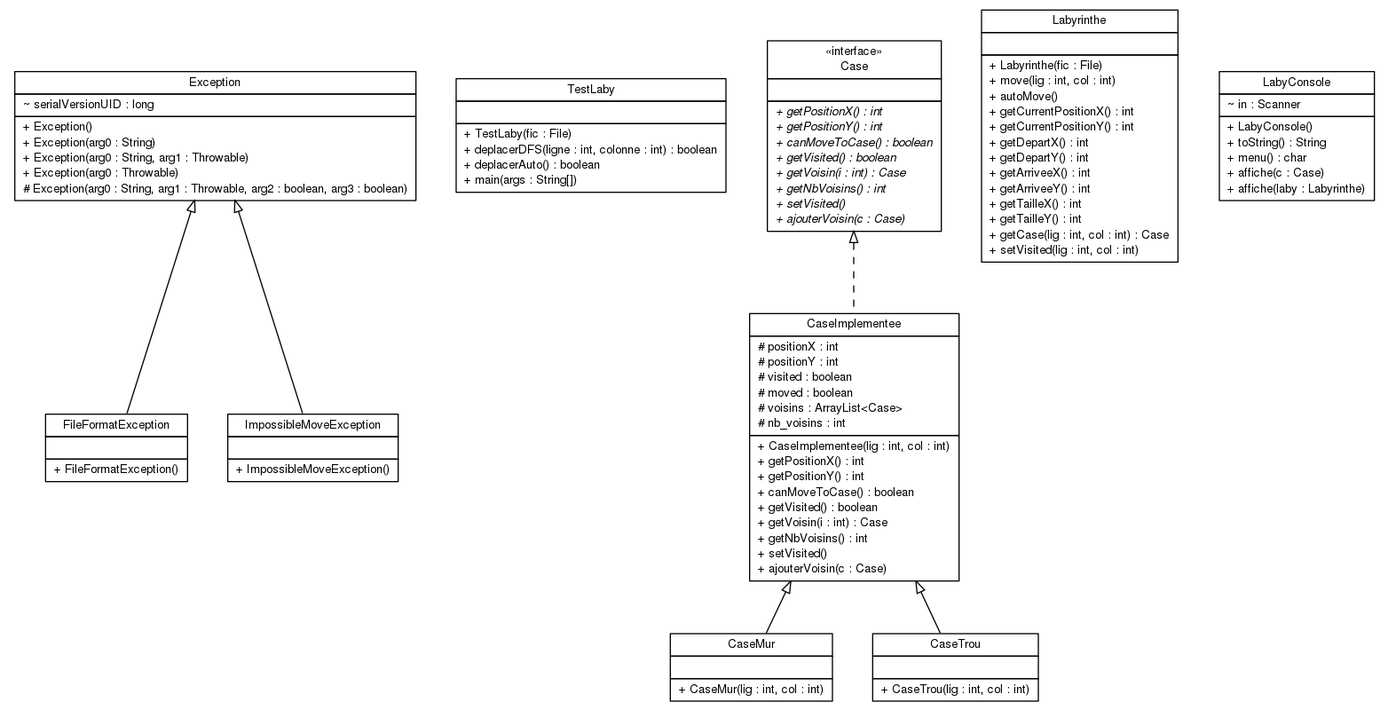
The Graphviz diagram Java/NetBeansProjects/TP3/graph.png in BRICOMATA9/Teaching_, before a commit. Its source is kept beside it as Java/NetBeansProjects/TP3/graph.dot. The source it was exported from:
```dot

digraph G {
	edge [fontname="Helvetica",fontsize=10,labelfontname="Helvetica",labelfontsize=10];
	node [fontname="Helvetica",fontsize=10,shape=plaintext];
	nodesep=0.25;
	ranksep=0.5;
	c0 [label=<<table title="controleur.FileFormatException" border="0" cellborder="1" cellspacing="0" cellpadding="2" port="p">
		<tr><td><table border="0" cellspacing="0" cellpadding="1">
<tr><td align="center" balign="center"> FileFormatException </td></tr>
		</table></td></tr>
		<tr><td><table border="0" cellspacing="0" cellpadding="1">
<tr><td align="left" balign="left">  </td></tr>
		</table></td></tr>
		<tr><td><table border="0" cellspacing="0" cellpadding="1">
<tr><td align="left" balign="left"> + FileFormatException() </td></tr>
		</table></td></tr>
		</table>>, URL="null", fontname="Helvetica", fontcolor="black", fontsize=10.0];
	c1 [label=<<table title="controleur.ImpossibleMoveException" border="0" cellborder="1" cellspacing="0" cellpadding="2" port="p">
		<tr><td><table border="0" cellspacing="0" cellpadding="1">
<tr><td align="center" balign="center"> ImpossibleMoveException </td></tr>
		</table></td></tr>
		<tr><td><table border="0" cellspacing="0" cellpadding="1">
<tr><td align="left" balign="left">  </td></tr>
		</table></td></tr>
		<tr><td><table border="0" cellspacing="0" cellpadding="1">
<tr><td align="left" balign="left"> + ImpossibleMoveException() </td></tr>
		</table></td></tr>
		</table>>, URL="null", fontname="Helvetica", fontcolor="black", fontsize=10.0];
	c2 [label=<<table title="controleur.TestLaby" border="0" cellborder="1" cellspacing="0" cellpadding="2" port="p">
		<tr><td><table border="0" cellspacing="0" cellpadding="1">
<tr><td align="center" balign="center"> TestLaby </td></tr>
		</table></td></tr>
		<tr><td><table border="0" cellspacing="0" cellpadding="1">
<tr><td align="left" balign="left">  </td></tr>
		</table></td></tr>
		<tr><td><table border="0" cellspacing="0" cellpadding="1">
<tr><td align="left" balign="left"> + TestLaby(fic : File) </td></tr>
<tr><td align="left" balign="left"> + deplacerDFS(ligne : int, colonne : int) : boolean </td></tr>
<tr><td align="left" balign="left"> + deplacerAuto() : boolean </td></tr>
<tr><td align="left" balign="left"> + main(args : String[]) </td></tr>
		</table></td></tr>
		</table>>, URL="null", fontname="Helvetica", fontcolor="black", fontsize=10.0];
	c3 [label=<<table title="modele.Case" border="0" cellborder="1" cellspacing="0" cellpadding="2" port="p">
		<tr><td><table border="0" cellspacing="0" cellpadding="1">
<tr><td align="center" balign="center"> &#171;interface&#187; </td></tr>
<tr><td align="center" balign="center"> Case </td></tr>
		</table></td></tr>
		<tr><td><table border="0" cellspacing="0" cellpadding="1">
<tr><td align="left" balign="left">  </td></tr>
		</table></td></tr>
		<tr><td><table border="0" cellspacing="0" cellpadding="1">
<tr><td align="left" balign="left"><font face="Helvetica-Oblique" point-size="10.0"> + getPositionX() : int </font></td></tr>
<tr><td align="left" balign="left"><font face="Helvetica-Oblique" point-size="10.0"> + getPositionY() : int </font></td></tr>
<tr><td align="left" balign="left"><font face="Helvetica-Oblique" point-size="10.0"> + canMoveToCase() : boolean </font></td></tr>
<tr><td align="left" balign="left"><font face="Helvetica-Oblique" point-size="10.0"> + getVisited() : boolean </font></td></tr>
<tr><td align="left" balign="left"><font face="Helvetica-Oblique" point-size="10.0"> + getVoisin(i : int) : Case </font></td></tr>
<tr><td align="left" balign="left"><font face="Helvetica-Oblique" point-size="10.0"> + getNbVoisins() : int </font></td></tr>
<tr><td align="left" balign="left"><font face="Helvetica-Oblique" point-size="10.0"> + setVisited() </font></td></tr>
<tr><td align="left" balign="left"><font face="Helvetica-Oblique" point-size="10.0"> + ajouterVoisin(c : Case) </font></td></tr>
		</table></td></tr>
		</table>>, URL="null", fontname="Helvetica", fontcolor="black", fontsize=10.0];
	c4 [label=<<table title="modele.CaseImplementee" border="0" cellborder="1" cellspacing="0" cellpadding="2" port="p">
		<tr><td><table border="0" cellspacing="0" cellpadding="1">
<tr><td align="center" balign="center"> CaseImplementee </td></tr>
		</table></td></tr>
		<tr><td><table border="0" cellspacing="0" cellpadding="1">
<tr><td align="left" balign="left"> # positionX : int </td></tr>
<tr><td align="left" balign="left"> # positionY : int </td></tr>
<tr><td align="left" balign="left"> # visited : boolean </td></tr>
<tr><td align="left" balign="left"> # moved : boolean </td></tr>
<tr><td align="left" balign="left"> # voisins : ArrayList&lt;Case&gt; </td></tr>
<tr><td align="left" balign="left"> # nb_voisins : int </td></tr>
		</table></td></tr>
		<tr><td><table border="0" cellspacing="0" cellpadding="1">
<tr><td align="left" balign="left"> + CaseImplementee(lig : int, col : int) </td></tr>
<tr><td align="left" balign="left"> + getPositionX() : int </td></tr>
<tr><td align="left" balign="left"> + getPositionY() : int </td></tr>
<tr><td align="left" balign="left"> + canMoveToCase() : boolean </td></tr>
<tr><td align="left" balign="left"> + getVisited() : boolean </td></tr>
<tr><td align="left" balign="left"> + getVoisin(i : int) : Case </td></tr>
<tr><td align="left" balign="left"> + getNbVoisins() : int </td></tr>
<tr><td align="left" balign="left"> + setVisited() </td></tr>
<tr><td align="left" balign="left"> + ajouterVoisin(c : Case) </td></tr>
		</table></td></tr>
		</table>>, URL="null", fontname="Helvetica", fontcolor="black", fontsize=10.0];
	c5 [label=<<table title="modele.CaseMur" border="0" cellborder="1" cellspacing="0" cellpadding="2" port="p">
		<tr><td><table border="0" cellspacing="0" cellpadding="1">
<tr><td align="center" balign="center"> CaseMur </td></tr>
		</table></td></tr>
		<tr><td><table border="0" cellspacing="0" cellpadding="1">
<tr><td align="left" balign="left">  </td></tr>
		</table></td></tr>
		<tr><td><table border="0" cellspacing="0" cellpadding="1">
<tr><td align="left" balign="left"> + CaseMur(lig : int, col : int) </td></tr>
		</table></td></tr>
		</table>>, URL="null", fontname="Helvetica", fontcolor="black", fontsize=10.0];
	c6 [label=<<table title="modele.CaseTrou" border="0" cellborder="1" cellspacing="0" cellpadding="2" port="p">
		<tr><td><table border="0" cellspacing="0" cellpadding="1">
<tr><td align="center" balign="center"> CaseTrou </td></tr>
		</table></td></tr>
		<tr><td><table border="0" cellspacing="0" cellpadding="1">
<tr><td align="left" balign="left">  </td></tr>
		</table></td></tr>
		<tr><td><table border="0" cellspacing="0" cellpadding="1">
<tr><td align="left" balign="left"> + CaseTrou(lig : int, col : int) </td></tr>
		</table></td></tr>
		</table>>, URL="null", fontname="Helvetica", fontcolor="black", fontsize=10.0];
	c7 [label=<<table title="modele.Labyrinthe" border="0" cellborder="1" cellspacing="0" cellpadding="2" port="p">
		<tr><td><table border="0" cellspacing="0" cellpadding="1">
<tr><td align="center" balign="center"> Labyrinthe </td></tr>
		</table></td></tr>
		<tr><td><table border="0" cellspacing="0" cellpadding="1">
<tr><td align="left" balign="left">  </td></tr>
		</table></td></tr>
		<tr><td><table border="0" cellspacing="0" cellpadding="1">
<tr><td align="left" balign="left"> + Labyrinthe(fic : File) </td></tr>
<tr><td align="left" balign="left"> + move(lig : int, col : int) </td></tr>
<tr><td align="left" balign="left"> + autoMove() </td></tr>
<tr><td align="left" balign="left"> + getCurrentPositionX() : int </td></tr>
<tr><td align="left" balign="left"> + getCurrentPositionY() : int </td></tr>
<tr><td align="left" balign="left"> + getDepartX() : int </td></tr>
<tr><td align="left" balign="left"> + getDepartY() : int </td></tr>
<tr><td align="left" balign="left"> + getArriveeX() : int </td></tr>
<tr><td align="left" balign="left"> + getArriveeY() : int </td></tr>
<tr><td align="left" balign="left"> + getTailleX() : int </td></tr>
<tr><td align="left" balign="left"> + getTailleY() : int </td></tr>
<tr><td align="left" balign="left"> + getCase(lig : int, col : int) : Case </td></tr>
<tr><td align="left" balign="left"> + setVisited(lig : int, col : int) </td></tr>
		</table></td></tr>
		</table>>, URL="null", fontname="Helvetica", fontcolor="black", fontsize=10.0];
	c8 [label=<<table title="vue.LabyConsole" border="0" cellborder="1" cellspacing="0" cellpadding="2" port="p">
		<tr><td><table border="0" cellspacing="0" cellpadding="1">
<tr><td align="center" balign="center"> LabyConsole </td></tr>
		</table></td></tr>
		<tr><td><table border="0" cellspacing="0" cellpadding="1">
<tr><td align="left" balign="left"> ~ in : Scanner </td></tr>
		</table></td></tr>
		<tr><td><table border="0" cellspacing="0" cellpadding="1">
<tr><td align="left" balign="left"> + LabyConsole() </td></tr>
<tr><td align="left" balign="left"> + toString() : String </td></tr>
<tr><td align="left" balign="left"> + menu() : char </td></tr>
<tr><td align="left" balign="left"> + affiche(c : Case) </td></tr>
<tr><td align="left" balign="left"> + affiche(laby : Labyrinthe) </td></tr>
		</table></td></tr>
		</table>>, URL="null", fontname="Helvetica", fontcolor="black", fontsize=10.0];
	c9:p -> c0:p [dir=back,arrowtail=empty];
	c9:p -> c1:p [dir=back,arrowtail=empty];
	c3:p -> c4:p [dir=back,arrowtail=empty,style=dashed];
	c4:p -> c5:p [dir=back,arrowtail=empty];
	c4:p -> c6:p [dir=back,arrowtail=empty];
	c9 [label=<<table title="java.lang.Exception" border="0" cellborder="1" cellspacing="0" cellpadding="2" port="p" href="http://java.sun.com/j2se/1.4.2/docs/api/java/lang/Exception.html">
		<tr><td><table border="0" cellspacing="0" cellpadding="1">
<tr><td align="center" balign="center"> Exception </td></tr>
		</table></td></tr>
		<tr><td><table border="0" cellspacing="0" cellpadding="1">
<tr><td align="left" balign="left"> ~ serialVersionUID : long </td></tr>
		</table></td></tr>
		<tr><td><table border="0" cellspacing="0" cellpadding="1">
<tr><td align="left" balign="left"> + Exception() </td></tr>
<tr><td align="left" balign="left"> + Exception(arg0 : String) </td></tr>
<tr><td align="left" balign="left"> + Exception(arg0 : String, arg1 : Throwable) </td></tr>
<tr><td align="left" balign="left"> + Exception(arg0 : Throwable) </td></tr>
<tr><td align="left" balign="left"> # Exception(arg0 : String, arg1 : Throwable, arg2 : boolean, arg3 : boolean) </td></tr>
		</table></td></tr>
		</table>>, URL="http://java.sun.com/j2se/1.4.2/docs/api/java/lang/Exception.html", fontname="Helvetica", fontcolor="black", fontsize=10.0];
}
```
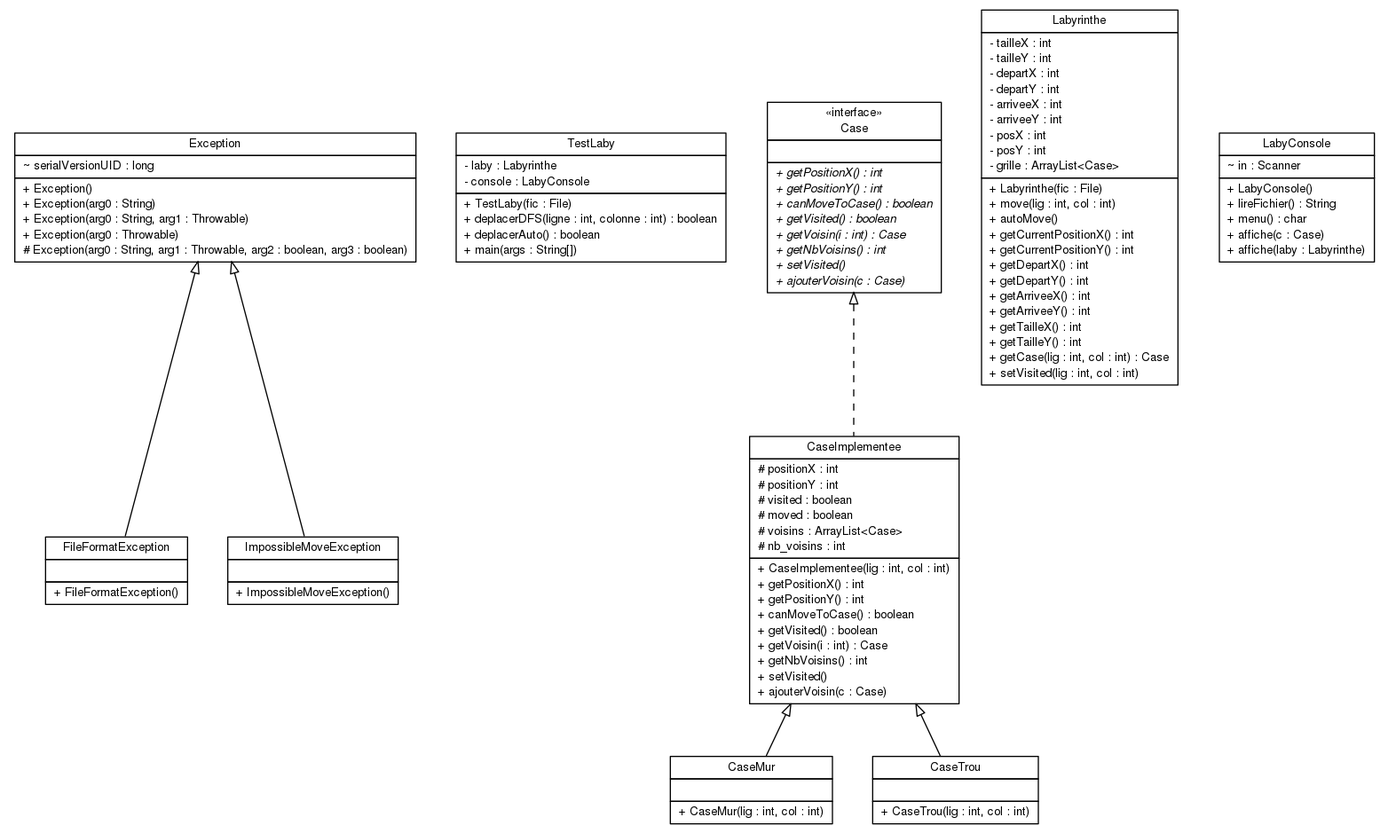
The same file after the commit.

Change to the diagram source:
```diff
@@ -31,7 +31,8 @@
 <tr><td align="center" balign="center"> TestLaby </td></tr>
 		</table></td></tr>
 		<tr><td><table border="0" cellspacing="0" cellpadding="1">
-<tr><td align="left" balign="left">  </td></tr>
+<tr><td align="left" balign="left"> - laby : Labyrinthe </td></tr>
+<tr><td align="left" balign="left"> - console : LabyConsole </td></tr>
 		</table></td></tr>
 		<tr><td><table border="0" cellspacing="0" cellpadding="1">
 <tr><td align="left" balign="left"> + TestLaby(fic : File) </td></tr>
@@ -110,7 +111,15 @@
 <tr><td align="center" balign="center"> Labyrinthe </td></tr>
 		</table></td></tr>
 		<tr><td><table border="0" cellspacing="0" cellpadding="1">
-<tr><td align="left" balign="left">  </td></tr>
+<tr><td align="left" balign="left"> - tailleX : int </td></tr>
+<tr><td align="left" balign="left"> - tailleY : int </td></tr>
+<tr><td align="left" balign="left"> - departX : int </td></tr>
+<tr><td align="left" balign="left"> - departY : int </td></tr>
+<tr><td align="left" balign="left"> - arriveeX : int </td></tr>
+<tr><td align="left" balign="left"> - arriveeY : int </td></tr>
+<tr><td align="left" balign="left"> - posX : int </td></tr>
+<tr><td align="left" balign="left"> - posY : int </td></tr>
+<tr><td align="left" balign="left"> - grille : ArrayList&lt;Case&gt; </td></tr>
 		</table></td></tr>
 		<tr><td><table border="0" cellspacing="0" cellpadding="1">
 <tr><td align="left" balign="left"> + Labyrinthe(fic : File) </td></tr>
@@ -137,7 +146,7 @@
 		</table></td></tr>
 		<tr><td><table border="0" cellspacing="0" cellpadding="1">
 <tr><td align="left" balign="left"> + LabyConsole() </td></tr>
-<tr><td align="left" balign="left"> + toString() : String </td></tr>
+<tr><td align="left" balign="left"> + lireFichier() : String </td></tr>
 <tr><td align="left" balign="left"> + menu() : char </td></tr>
 <tr><td align="left" balign="left"> + affiche(c : Case) </td></tr>
 <tr><td align="left" balign="left"> + affiche(laby : Labyrinthe) </td></tr>
```
